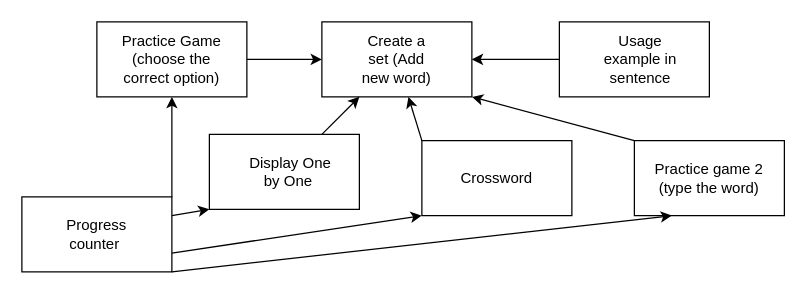
Earlier version of the draw.io diagram crc.drawio (Chynar12/Final_Project). Source tidied: cells renumbered, new cells numbered last; positions are measured from the earlier drawing's top-left corner, leaving out a move shared by most shapes. Both pictures are drawn from the tidied source at 125%, with x=0, y=0 at pixel (21, 21).
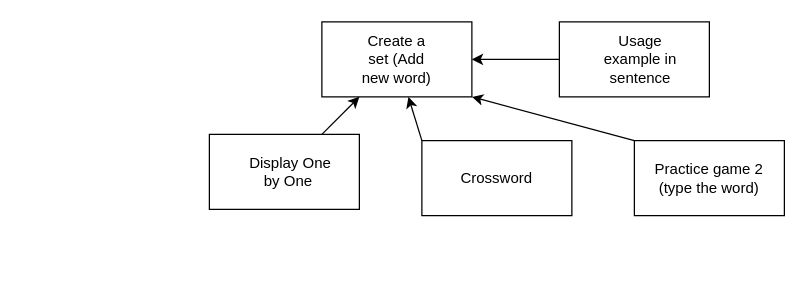
After the change.

The change refers to these unchanged cells:
```xml
<mxCell id="4" style="whiteSpace=wrap;html=1;" parent="1" vertex="1">
  <mxGeometry x="240" width="120" height="60" as="geometry" />
</mxCell>
<mxCell id="7" style="whiteSpace=wrap;html=1;" parent="1" vertex="1">
  <mxGeometry x="320" y="95" width="120" height="60" as="geometry" />
</mxCell>
<mxCell id="10" style="whiteSpace=wrap;html=1;" parent="1" vertex="1">
  <mxGeometry x="150" y="90" width="120" height="60" as="geometry" />
</mxCell>
<mxCell id="19" style="whiteSpace=wrap;html=1;" parent="1" vertex="1">
  <mxGeometry x="490" y="95" width="120" height="60" as="geometry" />
</mxCell>
```

Change to the diagram source:
```diff
@@
-    <mxCell id="12" style="edgeStyle=none;html=1;exitX=1;exitY=0.5;exitDx=0;exitDy=0;entryX=0;entryY=0.5;entryDx=0;entryDy=0;" parent="1" edge="1" source="13" target="4">
-      <mxGeometry relative="1" as="geometry" />
-    </mxCell>
-    <mxCell id="13" style="whiteSpace=wrap;html=1;" parent="1" vertex="1">
-      <mxGeometry x="60" width="120" height="60" as="geometry" />
-    </mxCell>
-    <mxCell id="14" value="Practice Game (choose the correct option)" style="text;strokeColor=none;align=center;fillColor=none;html=1;verticalAlign=middle;whiteSpace=wrap;rounded=0;" parent="1" vertex="1">
-      <mxGeometry x="75" y="15" width="90" height="30" as="geometry" />
-    </mxCell>
@@
-    <mxCell id="21" style="edgeStyle=none;html=1;exitX=1;exitY=0;exitDx=0;exitDy=0;entryX=0.5;entryY=1;entryDx=0;entryDy=0;" parent="1" edge="1" source="25" target="13">
-      <mxGeometry relative="1" as="geometry" />
-    </mxCell>
-    <mxCell id="22" style="edgeStyle=none;html=1;exitX=1;exitY=0.75;exitDx=0;exitDy=0;entryX=0;entryY=1;entryDx=0;entryDy=0;" parent="1" edge="1" source="25" target="7">
-      <mxGeometry relative="1" as="geometry" />
-    </mxCell>
-    <mxCell id="23" style="edgeStyle=none;html=1;exitX=1;exitY=1;exitDx=0;exitDy=0;entryX=0.25;entryY=1;entryDx=0;entryDy=0;" parent="1" edge="1" source="25" target="19">
-      <mxGeometry relative="1" as="geometry" />
-    </mxCell>
-    <mxCell id="24" style="edgeStyle=none;html=1;exitX=1;exitY=0.25;exitDx=0;exitDy=0;entryX=0;entryY=1;entryDx=0;entryDy=0;" parent="1" edge="1" source="25" target="10">
-      <mxGeometry relative="1" as="geometry" />
-    </mxCell>
-    <mxCell id="25" style="whiteSpace=wrap;html=1;" parent="1" vertex="1">
-      <mxGeometry y="140" width="120" height="60" as="geometry" />
-    </mxCell>
-    <mxCell id="26" value="Progress counter&amp;nbsp;" style="text;strokeColor=none;align=center;fillColor=none;html=1;verticalAlign=middle;whiteSpace=wrap;rounded=0;" parent="1" vertex="1">
-      <mxGeometry x="30" y="155" width="60" height="30" as="geometry" />
-    </mxCell>
```
